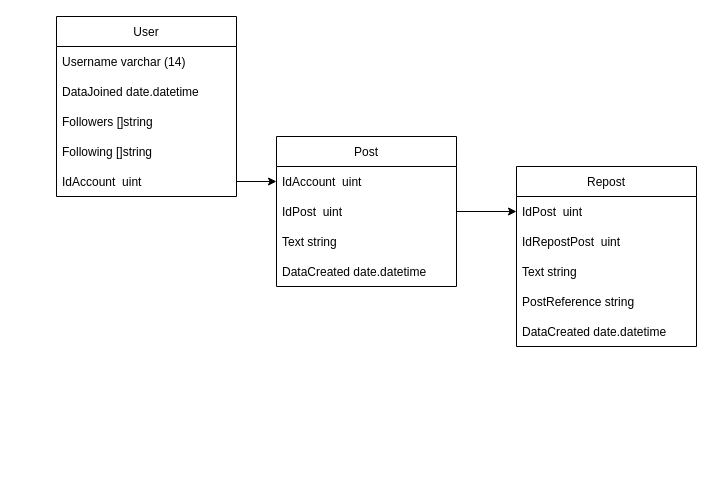
Above: docs/modelling/DatabaseModelling.drawio in LulianoM/TwitterApiModeling (draw.io), before the change. Source tidied: cells renumbered, new cells numbered last; positions are measured from the earlier drawing's top-left corner, leaving out a move shared by most shapes. Both pictures are drawn from the tidied source at 100%, with x=0, y=0 at pixel (56, 16).
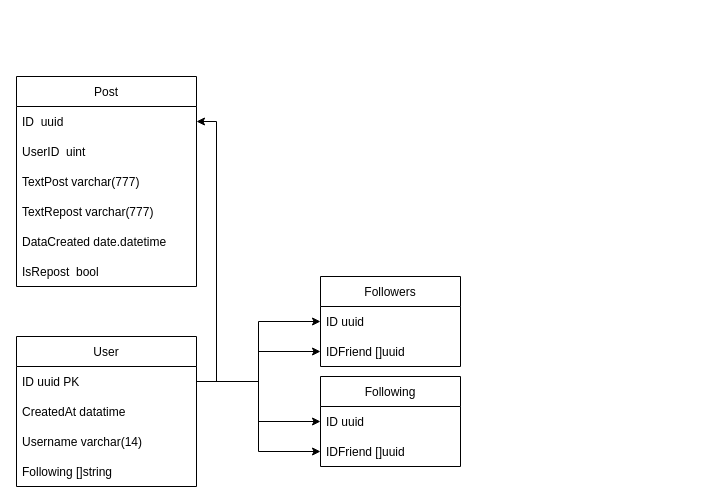
The same page after the edit.

What changed in the source:
```diff
@@
-    <mxCell id="2" value="User" style="swimlane;fontStyle=0;horizontal=1;startSize=30;" parent="1" vertex="1">
-      <mxGeometry width="180" height="180" as="geometry" />
-    </mxCell>
-    <mxCell id="3" value="Username varchar (14)" style="text;strokeColor=none;fillColor=none;align=left;verticalAlign=middle;spacingLeft=4;spacingRight=4;overflow=hidden;" parent="2" vertex="1">
-      <mxGeometry y="30" width="180" height="30" as="geometry" />
-    </mxCell>
-    <mxCell id="4" value="DataJoined date.datetime" style="text;strokeColor=none;fillColor=none;align=left;verticalAlign=middle;spacingLeft=4;spacingRight=4;overflow=hidden;" parent="2" vertex="1">
-      <mxGeometry y="60" width="180" height="30" as="geometry" />
-    </mxCell>
-    <mxCell id="5" value="Followers []string" style="text;strokeColor=none;fillColor=none;align=left;verticalAlign=middle;spacingLeft=4;spacingRight=4;overflow=hidden;" parent="2" vertex="1">
-      <mxGeometry y="90" width="180" height="30" as="geometry" />
-    </mxCell>
-    <mxCell id="6" value="Following []string" style="text;strokeColor=none;fillColor=none;align=left;verticalAlign=middle;spacingLeft=4;spacingRight=4;overflow=hidden;" parent="2" vertex="1">
-      <mxGeometry y="120" width="180" height="30" as="geometry" />
-    </mxCell>
-    <mxCell id="7" value="IdAccount  uint" style="text;strokeColor=none;fillColor=none;align=left;verticalAlign=middle;spacingLeft=4;spacingRight=4;overflow=hidden;points=[[0,0.5],[1,0.5]];portConstraint=eastwest;" parent="2" vertex="1">
-      <mxGeometry y="150" width="180" height="30" as="geometry" />
-    </mxCell>
     <mxCell id="8" value="Post" style="swimlane;fontStyle=0;horizontal=1;startSize=30;" parent="1" vertex="1">
-      <mxGeometry x="220" y="120" width="180" height="150" as="geometry" />
+      <mxGeometry x="-40" y="60" width="180" height="210" as="geometry" />
     </mxCell>
-    <mxCell id="9" value="IdAccount  uint" style="text;strokeColor=none;fillColor=none;align=left;verticalAlign=middle;spacingLeft=4;spacingRight=4;overflow=hidden;points=[[0,0.5],[1,0.5]];portConstraint=eastwest;" parent="8" vertex="1">
+    <mxCell id="9" value="ID  uuid" style="text;strokeColor=none;fillColor=none;align=left;verticalAlign=middle;spacingLeft=4;spacingRight=4;overflow=hidden;points=[[0,0.5],[1,0.5]];portConstraint=eastwest;" parent="8" vertex="1">
       <mxGeometry y="30" width="180" height="30" as="geometry" />
     </mxCell>
-    <mxCell id="10" value="IdPost  uint" style="text;strokeColor=none;fillColor=none;align=left;verticalAlign=middle;spacingLeft=4;spacingRight=4;overflow=hidden;points=[[0,0.5],[1,0.5]];portConstraint=eastwest;" parent="8" vertex="1">
+    <mxCell id="10" value="UserID  uint" style="text;strokeColor=none;fillColor=none;align=left;verticalAlign=middle;spacingLeft=4;spacingRight=4;overflow=hidden;points=[[0,0.5],[1,0.5]];portConstraint=eastwest;" parent="8" vertex="1">
       <mxGeometry y="60" width="180" height="30" as="geometry" />
     </mxCell>
-    <mxCell id="11" value="Text string" style="text;strokeColor=none;fillColor=none;align=left;verticalAlign=middle;spacingLeft=4;spacingRight=4;overflow=hidden;" parent="8" vertex="1">
+    <mxCell id="11" value="TextPost varchar(777)" style="text;strokeColor=none;fillColor=none;align=left;verticalAlign=middle;spacingLeft=4;spacingRight=4;overflow=hidden;" parent="8" vertex="1">
       <mxGeometry y="90" width="180" height="30" as="geometry" />
     </mxCell>
+    <mxCell id="21" value="TextRepost varchar(777)" style="text;strokeColor=none;fillColor=none;align=left;verticalAlign=middle;spacingLeft=4;spacingRight=4;overflow=hidden;" parent="8" vertex="1">
+      <mxGeometry y="120" width="180" height="30" as="geometry" />
+    </mxCell>
     <mxCell id="12" value="DataCreated date.datetime" style="text;strokeColor=none;fillColor=none;align=left;verticalAlign=middle;spacingLeft=4;spacingRight=4;overflow=hidden;" parent="8" vertex="1">
-      <mxGeometry y="120" width="180" height="30" as="geometry" />
+      <mxGeometry y="150" width="180" height="30" as="geometry" />
     </mxCell>
-    <mxCell id="13" style="edgeStyle=none;html=1;exitX=1;exitY=0.5;exitDx=0;exitDy=0;entryX=0;entryY=0.5;entryDx=0;entryDy=0;" parent="1" edge="1" source="7" target="9">
-      <mxGeometry relative="1" as="geometry" />
-    </mxCell>
-    <mxCell id="14" value="Repost" style="swimlane;fontStyle=0;horizontal=1;startSize=30;" parent="1" vertex="1">
-      <mxGeometry x="460" y="150" width="180" height="180" as="geometry" />
-    </mxCell>
-    <mxCell id="15" value="IdPost  uint" style="text;strokeColor=none;fillColor=none;align=left;verticalAlign=middle;spacingLeft=4;spacingRight=4;overflow=hidden;points=[[0,0.5],[1,0.5]];portConstraint=eastwest;" parent="14" vertex="1">
-      <mxGeometry y="30" width="180" height="30" as="geometry" />
-    </mxCell>
-    <mxCell id="16" value="IdRepostPost  uint" style="text;strokeColor=none;fillColor=none;align=left;verticalAlign=middle;spacingLeft=4;spacingRight=4;overflow=hidden;" parent="14" vertex="1">
-      <mxGeometry y="60" width="180" height="30" as="geometry" />
-    </mxCell>
-    <mxCell id="17" value="Text string" style="text;strokeColor=none;fillColor=none;align=left;verticalAlign=middle;spacingLeft=4;spacingRight=4;overflow=hidden;" parent="14" vertex="1">
-      <mxGeometry y="90" width="180" height="30" as="geometry" />
-    </mxCell>
-    <mxCell id="18" value="PostReference string" style="text;strokeColor=none;fillColor=none;align=left;verticalAlign=middle;spacingLeft=4;spacingRight=4;overflow=hidden;" parent="14" vertex="1">
-      <mxGeometry y="120" width="180" height="30" as="geometry" />
-    </mxCell>
-    <mxCell id="19" value="DataCreated date.datetime" style="text;strokeColor=none;fillColor=none;align=left;verticalAlign=middle;spacingLeft=4;spacingRight=4;overflow=hidden;" parent="14" vertex="1">
-      <mxGeometry y="150" width="180" height="30" as="geometry" />
-    </mxCell>
-    <mxCell id="20" style="edgeStyle=none;html=1;entryX=0;entryY=0.5;entryDx=0;entryDy=0;" parent="1" edge="1" source="10" target="15">
-      <mxGeometry relative="1" as="geometry" />
-    </mxCell>
+    <mxCell id="22" value="IsRepost  bool" style="text;strokeColor=none;fillColor=none;align=left;verticalAlign=middle;spacingLeft=4;spacingRight=4;overflow=hidden;" parent="8" vertex="1">
+      <mxGeometry y="180" width="180" height="30" as="geometry" />
+    </mxCell>
+    <mxCell id="2" value="User" style="swimlane;fontStyle=0;horizontal=1;startSize=30;" parent="1" vertex="1">
+      <mxGeometry x="-40" y="320" width="180" height="150" as="geometry" />
+    </mxCell>
+    <mxCell id="23" value="ID uuid PK" style="text;strokeColor=none;fillColor=none;align=left;verticalAlign=middle;spacingLeft=4;spacingRight=4;overflow=hidden;points=[[0,0.5],[1,0.5]];portConstraint=eastwest;" parent="2" vertex="1">
+      <mxGeometry y="30" width="180" height="30" as="geometry" />
+    </mxCell>
+    <mxCell id="24" value="CreatedAt datatime" style="text;strokeColor=none;fillColor=none;align=left;verticalAlign=middle;spacingLeft=4;spacingRight=4;overflow=hidden;" parent="2" vertex="1">
+      <mxGeometry y="60" width="180" height="30" as="geometry" />
+    </mxCell>
+    <mxCell id="25" value="Username varchar(14)" style="text;strokeColor=none;fillColor=none;align=left;verticalAlign=middle;spacingLeft=4;spacingRight=4;overflow=hidden;" parent="2" vertex="1">
+      <mxGeometry y="90" width="180" height="30" as="geometry" />
+    </mxCell>
+    <mxCell id="6" value="Following []string" style="text;strokeColor=none;fillColor=none;align=left;verticalAlign=middle;spacingLeft=4;spacingRight=4;overflow=hidden;" parent="2" vertex="1">
+      <mxGeometry y="120" width="180" height="30" as="geometry" />
+    </mxCell>
+    <mxCell id="26" style="edgeStyle=orthogonalEdgeStyle;rounded=0;jettySize=auto;html=1;entryX=1;entryY=0.5;entryDx=0;entryDy=0;" parent="1" edge="1" source="23" target="9">
+      <mxGeometry relative="1" as="geometry">
+        <Array as="points">
+          <mxPoint x="160" y="365" />
+          <mxPoint x="160" y="105" />
+        </Array>
+      </mxGeometry>
+    </mxCell>
+    <mxCell id="27" value="Followers" style="swimlane;fontStyle=0;horizontal=1;startSize=30;" parent="1" vertex="1">
+      <mxGeometry x="264" y="260" width="140" height="90" as="geometry" />
+    </mxCell>
+    <mxCell id="28" value="ID uuid" style="text;strokeColor=none;fillColor=none;align=left;verticalAlign=middle;spacingLeft=4;spacingRight=4;overflow=hidden;points=[[0,0.5],[1,0.5]];portConstraint=eastwest;" parent="27" vertex="1">
+      <mxGeometry y="30" width="140" height="30" as="geometry" />
+    </mxCell>
+    <mxCell id="29" value="IDFriend []uuid" style="text;strokeColor=none;fillColor=none;align=left;verticalAlign=middle;spacingLeft=4;spacingRight=4;overflow=hidden;points=[[0,0.5],[1,0.5]];portConstraint=eastwest;" parent="27" vertex="1">
+      <mxGeometry y="60" width="140" height="30" as="geometry" />
+    </mxCell>
+    <mxCell id="30" style="edgeStyle=orthogonalEdgeStyle;rounded=0;jettySize=auto;html=1;entryX=0;entryY=0.5;entryDx=0;entryDy=0;" parent="1" edge="1" source="23" target="28">
+      <mxGeometry relative="1" as="geometry" />
+    </mxCell>
+    <mxCell id="31" value="Following" style="swimlane;fontStyle=0;horizontal=1;startSize=30;" parent="1" vertex="1">
+      <mxGeometry x="264" y="360" width="140" height="90" as="geometry" />
+    </mxCell>
+    <mxCell id="32" value="ID uuid" style="text;strokeColor=none;fillColor=none;align=left;verticalAlign=middle;spacingLeft=4;spacingRight=4;overflow=hidden;points=[[0,0.5],[1,0.5]];portConstraint=eastwest;" parent="31" vertex="1">
+      <mxGeometry y="30" width="140" height="30" as="geometry" />
+    </mxCell>
+    <mxCell id="33" value="IDFriend []uuid" style="text;strokeColor=none;fillColor=none;align=left;verticalAlign=middle;spacingLeft=4;spacingRight=4;overflow=hidden;points=[[0,0.5],[1,0.5]];portConstraint=eastwest;" parent="31" vertex="1">
+      <mxGeometry y="60" width="140" height="30" as="geometry" />
+    </mxCell>
+    <mxCell id="34" style="edgeStyle=orthogonalEdgeStyle;rounded=0;jettySize=auto;html=1;entryX=0;entryY=0.5;entryDx=0;entryDy=0;" parent="1" edge="1" source="23" target="29">
+      <mxGeometry relative="1" as="geometry" />
+    </mxCell>
+    <mxCell id="35" style="edgeStyle=orthogonalEdgeStyle;rounded=0;jettySize=auto;html=1;entryX=0;entryY=0.5;entryDx=0;entryDy=0;" parent="1" edge="1" source="23" target="32">
+      <mxGeometry relative="1" as="geometry" />
+    </mxCell>
+    <mxCell id="36" style="edgeStyle=orthogonalEdgeStyle;rounded=0;jettySize=auto;html=1;entryX=0;entryY=0.5;entryDx=0;entryDy=0;" parent="1" edge="1" source="23" target="33">
+      <mxGeometry relative="1" as="geometry" />
+    </mxCell>
```
